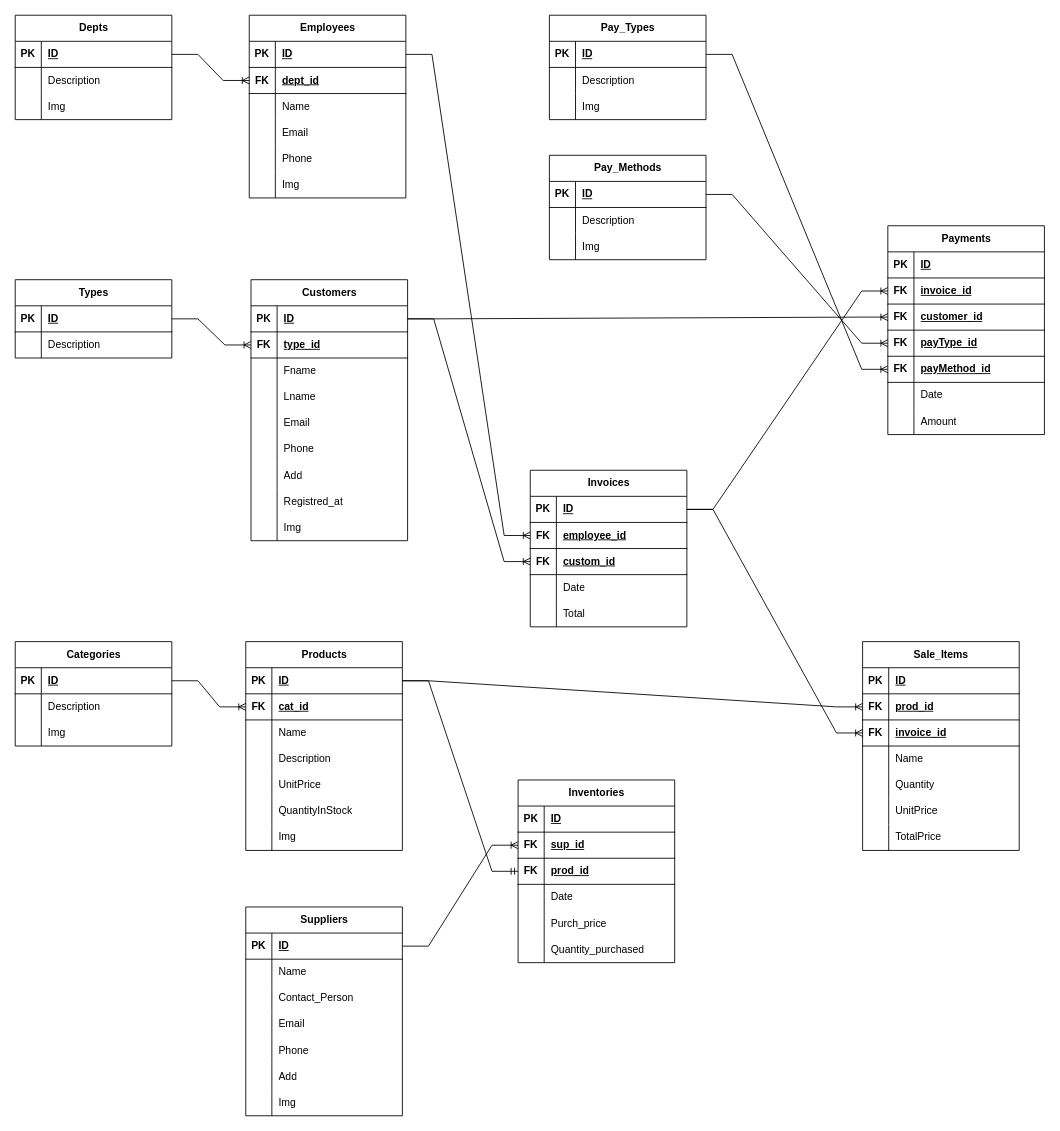
D4N73MY7H/ODOO_SHOP keeps this draw.io diagram as Untitled Diagram.drawio. Above is the earlier version. Source tidied: cells renumbered, new cells numbered last; positions are measured from the earlier drawing's top-left corner, leaving out a move shared by most shapes. Both pictures are drawn from the tidied source at 87%, with x=0, y=0 at pixel (15, 15).
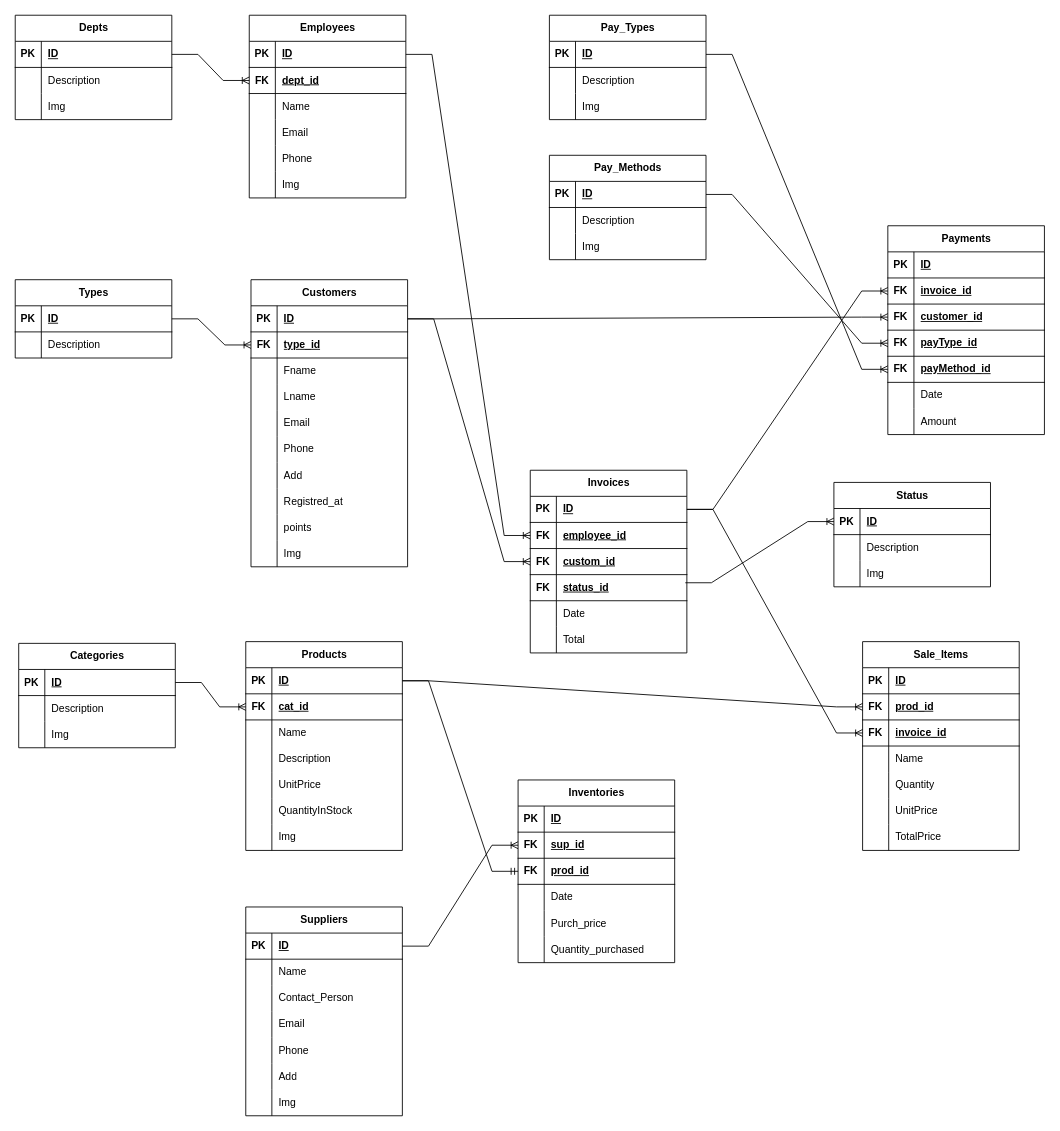
The same page after the edit.

Change to the diagram source:
```diff
@@
     <mxCell id="19" value="Categories" style="shape=table;startSize=30;childLayout=tableLayout;rowLines=0;fontStyle=1;align=center;html=1;" parent="1" vertex="1">
-      <mxGeometry y="720" width="180" height="120" as="geometry" />
+      <mxGeometry x="4" y="722" width="180" height="120" as="geometry" />
     </mxCell>
@@
     <mxCell id="68" value="Customers" style="shape=table;startSize=30;childLayout=tableLayout;rowLines=0;fontStyle=1;align=center;html=1;" parent="1" vertex="1">
-      <mxGeometry x="271" y="304" width="180" height="300" as="geometry" />
+      <mxGeometry x="271" y="304" width="180" height="330" as="geometry" />
     </mxCell>
@@
+    <mxCell id="232" style="shape=tableRow;horizontal=0;startSize=0;swimlaneHead=0;swimlaneBody=0;fillColor=none;top=0;left=0;right=0;bottom=0;" parent="68" vertex="1">
+      <mxGeometry y="270" width="180" height="30" as="geometry" />
+    </mxCell>
+    <mxCell id="233" style="shape=partialRectangle;fillColor=none;top=0;left=0;bottom=0;right=0;overflow=hidden;whiteSpace=wrap;html=1;" parent="232" vertex="1">
+      <mxGeometry width="30" height="30" as="geometry" />
+    </mxCell>
+    <mxCell id="234" value="points" style="shape=partialRectangle;fillColor=none;top=0;left=0;bottom=0;right=0;align=left;spacingLeft=6;overflow=hidden;whiteSpace=wrap;html=1;" parent="232" vertex="1">
+      <mxGeometry x="30" width="150" height="30" as="geometry" />
+    </mxCell>
     <mxCell id="93" style="shape=tableRow;horizontal=0;startSize=0;swimlaneHead=0;swimlaneBody=0;fillColor=none;top=0;left=0;right=0;bottom=0;" parent="68" vertex="1">
-      <mxGeometry y="270" width="180" height="30" as="geometry" />
+      <mxGeometry y="300" width="180" height="30" as="geometry" />
     </mxCell>
@@
     <mxCell id="159" value="Invoices" style="shape=table;startSize=30;childLayout=tableLayout;rowLines=0;fontStyle=1;align=center;html=1;" parent="1" vertex="1">
-      <mxGeometry x="592" y="523" width="180" height="180" as="geometry" />
+      <mxGeometry x="592" y="523" width="180" height="210" as="geometry" />
     </mxCell>
@@
+    <mxCell id="235" style="shape=tableRow;horizontal=0;startSize=0;swimlaneHead=0;swimlaneBody=0;fillColor=none;points=[[0,0.5],[1,0.5]];portConstraint=eastwest;top=0;left=0;right=0;bottom=1;" parent="159" vertex="1">
+      <mxGeometry y="120" width="180" height="30" as="geometry" />
+    </mxCell>
+    <mxCell id="236" value="FK" style="shape=partialRectangle;fillColor=none;top=0;left=0;bottom=0;right=0;fontStyle=1;overflow=hidden;whiteSpace=wrap;html=1;" parent="235" vertex="1">
+      <mxGeometry width="30" height="30" as="geometry" />
+    </mxCell>
+    <mxCell id="237" value="status_id" style="shape=partialRectangle;fillColor=none;top=0;left=0;bottom=0;right=0;align=left;spacingLeft=6;fontStyle=5;overflow=hidden;whiteSpace=wrap;html=1;" parent="235" vertex="1">
+      <mxGeometry x="30" width="150" height="30" as="geometry" />
+    </mxCell>
     <mxCell id="169" style="shape=tableRow;horizontal=0;startSize=0;swimlaneHead=0;swimlaneBody=0;fillColor=none;top=0;left=0;right=0;bottom=0;" parent="159" vertex="1">
-      <mxGeometry y="120" width="180" height="30" as="geometry" />
+      <mxGeometry y="150" width="180" height="30" as="geometry" />
     </mxCell>
@@
     <mxCell id="172" style="shape=tableRow;horizontal=0;startSize=0;swimlaneHead=0;swimlaneBody=0;fillColor=none;top=0;left=0;right=0;bottom=0;" parent="159" vertex="1">
-      <mxGeometry y="150" width="180" height="30" as="geometry" />
+      <mxGeometry y="180" width="180" height="30" as="geometry" />
     </mxCell>
@@
+    <mxCell id="238" value="Status" style="shape=table;startSize=30;childLayout=tableLayout;rowLines=0;fontStyle=1;align=center;html=1;" parent="1" vertex="1">
+      <mxGeometry x="941" y="537" width="180" height="120" as="geometry" />
+    </mxCell>
+    <mxCell id="239" style="shape=tableRow;horizontal=0;startSize=0;swimlaneHead=0;swimlaneBody=0;fillColor=none;points=[[0,0.5],[1,0.5]];portConstraint=eastwest;top=0;left=0;right=0;bottom=1;" parent="238" vertex="1">
+      <mxGeometry y="30" width="180" height="30" as="geometry" />
+    </mxCell>
+    <mxCell id="240" value="PK" style="shape=partialRectangle;fillColor=none;top=0;left=0;bottom=0;right=0;fontStyle=1;overflow=hidden;whiteSpace=wrap;html=1;" parent="239" vertex="1">
+      <mxGeometry width="30" height="30" as="geometry" />
+    </mxCell>
+    <mxCell id="241" value="ID" style="shape=partialRectangle;fillColor=none;top=0;left=0;bottom=0;right=0;align=left;spacingLeft=6;fontStyle=5;overflow=hidden;whiteSpace=wrap;html=1;" parent="239" vertex="1">
+      <mxGeometry x="30" width="150" height="30" as="geometry" />
+    </mxCell>
+    <mxCell id="242" style="shape=tableRow;horizontal=0;startSize=0;swimlaneHead=0;swimlaneBody=0;fillColor=none;top=0;left=0;right=0;bottom=0;" parent="238" vertex="1">
+      <mxGeometry y="60" width="180" height="30" as="geometry" />
+    </mxCell>
+    <mxCell id="243" style="shape=partialRectangle;fillColor=none;top=0;left=0;bottom=0;right=0;overflow=hidden;whiteSpace=wrap;html=1;" parent="242" vertex="1">
+      <mxGeometry width="30" height="30" as="geometry" />
+    </mxCell>
+    <mxCell id="244" value="Description" style="shape=partialRectangle;fillColor=none;top=0;left=0;bottom=0;right=0;align=left;spacingLeft=6;overflow=hidden;whiteSpace=wrap;html=1;" parent="242" vertex="1">
+      <mxGeometry x="30" width="150" height="30" as="geometry" />
+    </mxCell>
+    <mxCell id="245" style="shape=tableRow;horizontal=0;startSize=0;swimlaneHead=0;swimlaneBody=0;fillColor=none;top=0;left=0;right=0;bottom=0;" parent="238" vertex="1">
+      <mxGeometry y="90" width="180" height="30" as="geometry" />
+    </mxCell>
+    <mxCell id="246" style="shape=partialRectangle;fillColor=none;top=0;left=0;bottom=0;right=0;overflow=hidden;whiteSpace=wrap;html=1;" parent="245" vertex="1">
+      <mxGeometry width="30" height="30" as="geometry" />
+    </mxCell>
+    <mxCell id="247" value="Img" style="shape=partialRectangle;fillColor=none;top=0;left=0;bottom=0;right=0;align=left;spacingLeft=6;overflow=hidden;whiteSpace=wrap;html=1;" parent="245" vertex="1">
+      <mxGeometry x="30" width="150" height="30" as="geometry" />
+    </mxCell>
+    <mxCell id="248" style="edgeStyle=entityRelationEdgeStyle;fontSize=12;html=1;endArrow=ERoneToMany;rounded=0;entryX=0;entryY=0.5;entryDx=0;entryDy=0;exitX=0.99;exitY=0.311;exitDx=0;exitDy=0;exitPerimeter=0;" parent="1" edge="1" source="235" target="239">
+      <mxGeometry relative="1" as="geometry" />
+    </mxCell>
```
